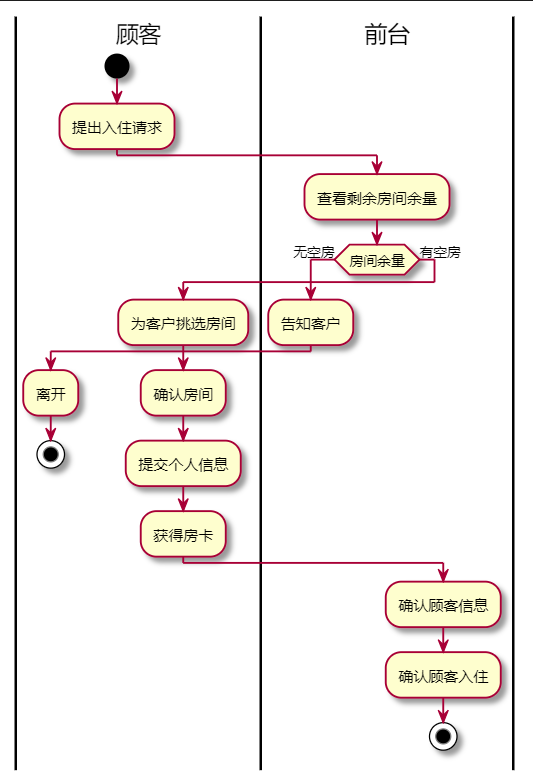
The PlantUML diagram Doc&Ref/Phase2/活动图和uml/办理入住.png in RiddMa/SoftwareEngineering2021, before a commit. Its source is kept beside it as Doc&Ref/Phase2/活动图和uml/办理入住.wsd.
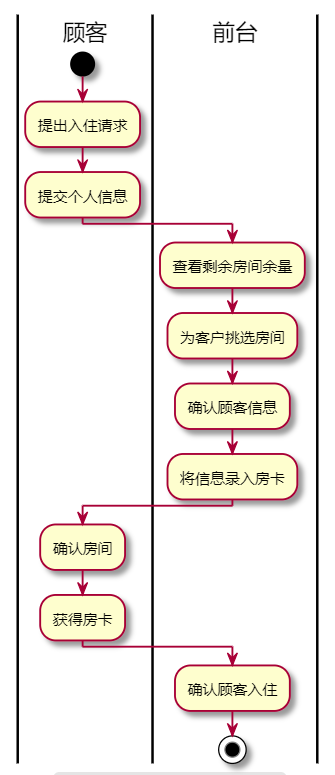
After the commit.

The edit, as a diff of the source:
```diff
@@ -2,21 +2,16 @@
 |顾客|
 start
 :提出入住请求;
+:提交个人信息;
 |前台|
 :查看剩余房间余量;
-if (房间余量) then (无空房)
-  :告知客户;
-  |顾客|
-  :离开;
-  stop
-else (有空房)
-  :为客户挑选房间;
-  |顾客|
-  :确认房间;
-  :提交个人信息;
-  :获得房卡;
-  |前台|
-  :确认顾客信息;
-  :确认顾客入住;
+:为客户挑选房间;
+:确认顾客信息;
+:将信息录入房卡;
+|顾客|
+:确认房间;
+:获得房卡;
+|前台|
+:确认顾客入住;
 stop
 @enduml
```
